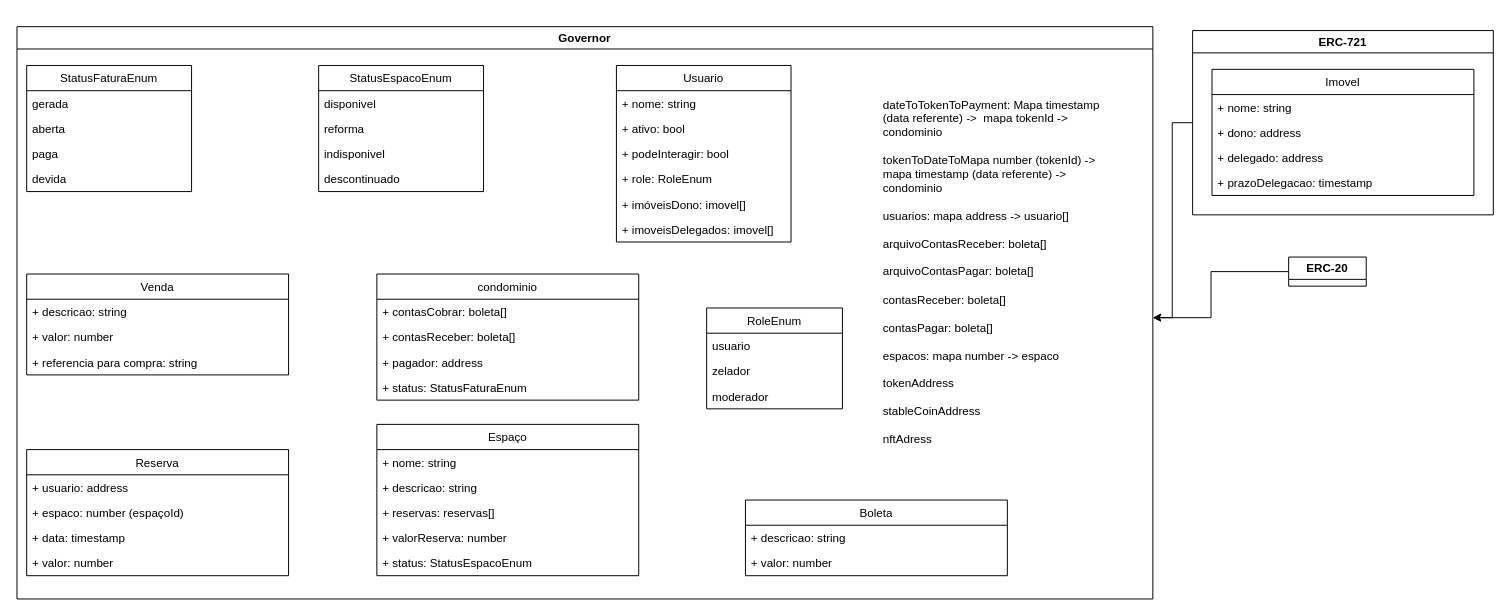
The draw.io diagram diagram-sindao.drawio in polichain/SinDAO, before the edit. Source tidied: cells renumbered, new cells numbered last; positions are measured from the earlier drawing's top-left corner, leaving out a move shared by most shapes. Both pictures are drawn from the tidied source at 97%, with x=0, y=0 at pixel (16, 26).
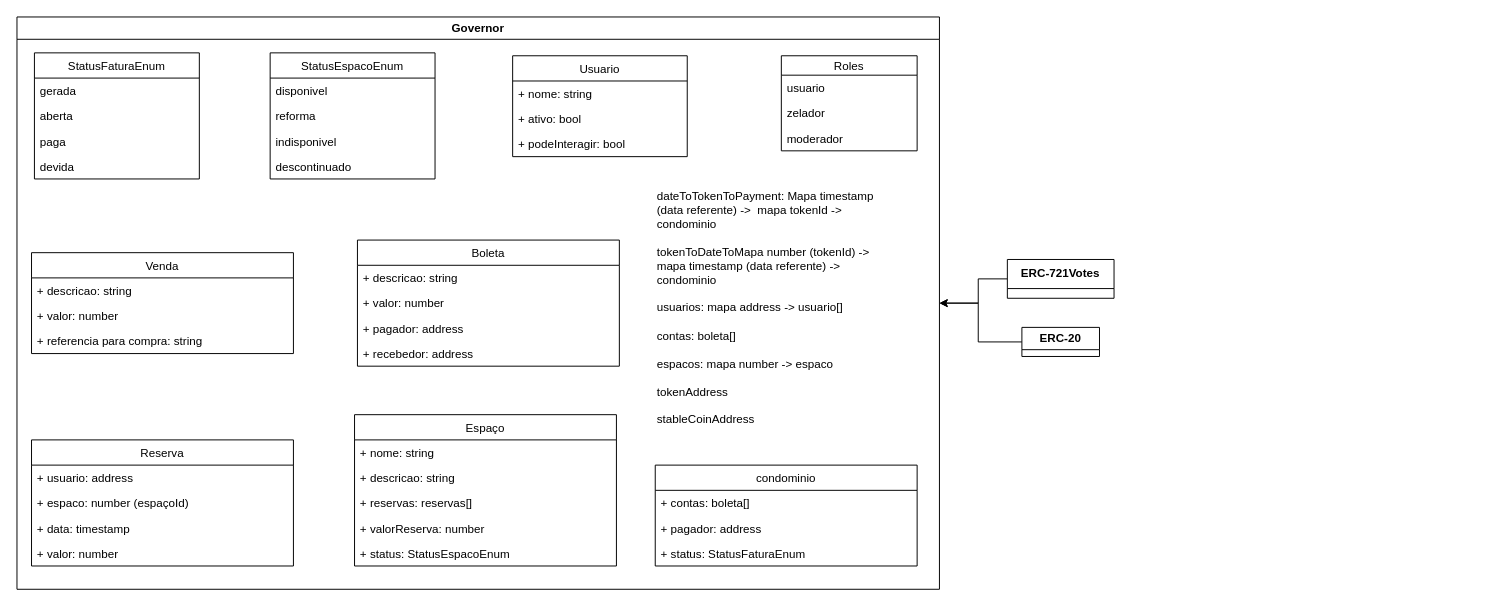
Above is the later version.

The edit, as a diff of the source:
```diff
@@
     <mxCell id="2" value="Governor" style="swimlane;whiteSpace=wrap;html=1;startSize=23;" parent="1" vertex="1">
-      <mxGeometry width="1171" height="590" as="geometry" />
+      <mxGeometry y="-10" width="951" height="590" as="geometry" />
     </mxCell>
     <mxCell id="3" value="Venda" style="swimlane;fontStyle=0;horizontal=1;startSize=26;fillColor=none;" parent="2" vertex="1">
-      <mxGeometry x="10" y="255" width="270" height="104" as="geometry" />
+      <mxGeometry x="15" y="243" width="270" height="104" as="geometry" />
     </mxCell>
-    <mxCell id="4" value="+ descricao: string" style="text;strokeColor=none;fillColor=none;align=left;verticalAlign=top;spacingLeft=4;spacingRight=4;overflow=hidden;" parent="3" vertex="1">
-      <mxGeometry y="26" width="270" height="26" as="geometry" />
-    </mxCell>
-    <mxCell id="5" value="+ valor: number" style="text;strokeColor=none;fillColor=none;align=left;verticalAlign=top;spacingLeft=4;spacingRight=4;overflow=hidden;" parent="3" vertex="1">
-      <mxGeometry y="52" width="270" height="26" as="geometry" />
-    </mxCell>
+    <mxCell id="57" value="+ descricao: string" style="text;strokeColor=none;fillColor=none;align=left;verticalAlign=top;spacingLeft=4;spacingRight=4;overflow=hidden;" parent="3" vertex="1">
+      <mxGeometry y="26" width="270" height="26" as="geometry" />
+    </mxCell>
+    <mxCell id="58" value="+ valor: number" style="text;strokeColor=none;fillColor=none;align=left;verticalAlign=top;spacingLeft=4;spacingRight=4;overflow=hidden;" parent="3" vertex="1">
+      <mxGeometry y="52" width="270" height="26" as="geometry" />
+    </mxCell>
@@
     <mxCell id="7" value="Boleta" style="swimlane;fontStyle=0;horizontal=1;startSize=26;fillColor=none;" parent="2" vertex="1">
-      <mxGeometry x="751" y="488" width="270" height="78" as="geometry" />
+      <mxGeometry x="351" y="230" width="270" height="130" as="geometry" />
     </mxCell>
-    <mxCell id="8" value="+ descricao: string" style="text;strokeColor=none;fillColor=none;align=left;verticalAlign=top;spacingLeft=4;spacingRight=4;overflow=hidden;" parent="7" vertex="1">
-      <mxGeometry y="26" width="270" height="26" as="geometry" />
-    </mxCell>
-    <mxCell id="9" value="+ valor: number" style="text;strokeColor=none;fillColor=none;align=left;verticalAlign=top;spacingLeft=4;spacingRight=4;overflow=hidden;" parent="7" vertex="1">
-      <mxGeometry y="52" width="270" height="26" as="geometry" />
-    </mxCell>
+    <mxCell id="59" value="+ descricao: string" style="text;strokeColor=none;fillColor=none;align=left;verticalAlign=top;spacingLeft=4;spacingRight=4;overflow=hidden;" parent="7" vertex="1">
+      <mxGeometry y="26" width="270" height="26" as="geometry" />
+    </mxCell>
+    <mxCell id="60" value="+ valor: number" style="text;strokeColor=none;fillColor=none;align=left;verticalAlign=top;spacingLeft=4;spacingRight=4;overflow=hidden;" parent="7" vertex="1">
+      <mxGeometry y="52" width="270" height="26" as="geometry" />
+    </mxCell>
+    <mxCell id="24" value="+ pagador: address" style="text;strokeColor=none;fillColor=none;align=left;verticalAlign=top;spacingLeft=4;spacingRight=4;overflow=hidden;" parent="7" vertex="1">
+      <mxGeometry y="78" width="270" height="26" as="geometry" />
+    </mxCell>
+    <mxCell id="61" value="+ recebedor: address" style="text;strokeColor=none;fillColor=none;align=left;verticalAlign=top;spacingLeft=4;spacingRight=4;overflow=hidden;" parent="7" vertex="1">
+      <mxGeometry y="104" width="270" height="26" as="geometry" />
+    </mxCell>
     <mxCell id="10" value="Reserva" style="swimlane;fontStyle=0;horizontal=1;startSize=26;fillColor=none;" parent="2" vertex="1">
-      <mxGeometry x="10" y="436" width="270" height="130" as="geometry" />
+      <mxGeometry x="15" y="436" width="270" height="130" as="geometry" />
     </mxCell>
@@
     <mxCell id="15" value="Espaço" style="swimlane;fontStyle=0;horizontal=1;startSize=26;fillColor=none;" parent="2" vertex="1">
-      <mxGeometry x="371" y="410" width="270" height="156" as="geometry" />
+      <mxGeometry x="348" y="410" width="270" height="156" as="geometry" />
     </mxCell>
-    <mxCell id="16" value="+ nome: string" style="text;strokeColor=none;fillColor=none;align=left;verticalAlign=top;spacingLeft=4;spacingRight=4;overflow=hidden;" parent="15" vertex="1">
-      <mxGeometry y="26" width="270" height="26" as="geometry" />
-    </mxCell>
+    <mxCell id="62" value="+ nome: string" style="text;strokeColor=none;fillColor=none;align=left;verticalAlign=top;spacingLeft=4;spacingRight=4;overflow=hidden;" parent="15" vertex="1">
+      <mxGeometry y="26" width="270" height="26" as="geometry" />
+    </mxCell>
@@
     <mxCell id="21" value="condominio" style="swimlane;fontStyle=0;horizontal=1;startSize=26;fillColor=none;" parent="2" vertex="1">
-      <mxGeometry x="371" y="255" width="270" height="130" as="geometry" />
+      <mxGeometry x="658" y="462" width="270" height="104" as="geometry" />
     </mxCell>
-    <mxCell id="22" value="+ contasCobrar: boleta[]" style="text;strokeColor=none;fillColor=none;align=left;verticalAlign=top;spacingLeft=4;spacingRight=4;overflow=hidden;" parent="21" vertex="1">
-      <mxGeometry y="26" width="270" height="26" as="geometry" />
-    </mxCell>
-    <mxCell id="23" value="+ contasReceber: boleta[]" style="text;strokeColor=none;fillColor=none;align=left;verticalAlign=top;spacingLeft=4;spacingRight=4;overflow=hidden;" parent="21" vertex="1">
-      <mxGeometry y="52" width="270" height="26" as="geometry" />
-    </mxCell>
-    <mxCell id="24" value="+ pagador: address" style="text;strokeColor=none;fillColor=none;align=left;verticalAlign=top;spacingLeft=4;spacingRight=4;overflow=hidden;" parent="21" vertex="1">
-      <mxGeometry y="78" width="270" height="26" as="geometry" />
-    </mxCell>
+    <mxCell id="63" value="+ contas: boleta[]" style="text;strokeColor=none;fillColor=none;align=left;verticalAlign=top;spacingLeft=4;spacingRight=4;overflow=hidden;" parent="21" vertex="1">
+      <mxGeometry y="26" width="270" height="26" as="geometry" />
+    </mxCell>
+    <mxCell id="64" value="+ pagador: address" style="text;strokeColor=none;fillColor=none;align=left;verticalAlign=top;spacingLeft=4;spacingRight=4;overflow=hidden;" parent="21" vertex="1">
+      <mxGeometry y="52" width="270" height="26" as="geometry" />
+    </mxCell>
     <mxCell id="25" value="+ status: StatusFaturaEnum" style="text;strokeColor=none;fillColor=none;align=left;verticalAlign=top;spacingLeft=4;spacingRight=4;overflow=hidden;" parent="21" vertex="1">
-      <mxGeometry y="104" width="270" height="26" as="geometry" />
+      <mxGeometry y="78" width="270" height="26" as="geometry" />
     </mxCell>
     <mxCell id="26" value="StatusFaturaEnum" style="swimlane;fontStyle=0;horizontal=1;startSize=26;fillColor=none;" parent="2" vertex="1">
-      <mxGeometry x="10" y="40" width="170" height="130" as="geometry" />
+      <mxGeometry x="18" y="37" width="170" height="130" as="geometry" />
     </mxCell>
@@
     <mxCell id="31" value="StatusEspacoEnum" style="swimlane;fontStyle=0;horizontal=1;startSize=26;fillColor=none;" parent="2" vertex="1">
-      <mxGeometry x="311" y="40" width="170" height="130" as="geometry" />
+      <mxGeometry x="261" y="37" width="170" height="130" as="geometry" />
     </mxCell>
@@
     <mxCell id="36" value="Usuario" style="swimlane;fontStyle=0;horizontal=1;startSize=26;fillColor=none;" parent="2" vertex="1">
-      <mxGeometry x="618" y="40" width="180" height="182" as="geometry" />
+      <mxGeometry x="511" y="40" width="180" height="104" as="geometry" />
     </mxCell>
@@
-    <mxCell id="40" value="+ role: RoleEnum&#10;" style="text;strokeColor=none;fillColor=none;align=left;verticalAlign=top;spacingLeft=4;spacingRight=4;overflow=hidden;" parent="36" vertex="1">
-      <mxGeometry y="104" width="180" height="26" as="geometry" />
-    </mxCell>
-    <mxCell id="41" value="+ imóveisDono: imovel[]" style="text;strokeColor=none;fillColor=none;align=left;verticalAlign=top;spacingLeft=4;spacingRight=4;overflow=hidden;" parent="36" vertex="1">
-      <mxGeometry y="130" width="180" height="26" as="geometry" />
-    </mxCell>
-    <mxCell id="42" value="+ imoveisDelegados: imovel[]" style="text;strokeColor=none;fillColor=none;align=left;verticalAlign=top;spacingLeft=4;spacingRight=4;overflow=hidden;" parent="36" vertex="1">
-      <mxGeometry y="156" width="180" height="26" as="geometry" />
-    </mxCell>
-    <mxCell id="43" value="RoleEnum" style="swimlane;fontStyle=0;horizontal=1;startSize=26;fillColor=none;" parent="2" vertex="1">
-      <mxGeometry x="711" y="290" width="140" height="104" as="geometry" />
-    </mxCell>
+    <mxCell id="65" value="Roles" style="swimlane;fontStyle=0;horizontal=1;startSize=20;fillColor=none;" parent="2" vertex="1">
+      <mxGeometry x="788" y="40" width="140" height="98" as="geometry" />
+    </mxCell>
-    <mxCell id="44" value="usuario" style="text;strokeColor=none;fillColor=none;align=left;verticalAlign=top;spacingLeft=4;spacingRight=4;overflow=hidden;" parent="43" vertex="1">
-      <mxGeometry y="26" width="140" height="26" as="geometry" />
+    <mxCell id="44" value="usuario" style="text;strokeColor=none;fillColor=none;align=left;verticalAlign=top;spacingLeft=4;spacingRight=4;overflow=hidden;" parent="65" vertex="1">
+      <mxGeometry y="20" width="140" height="26" as="geometry" />
     </mxCell>
-    <mxCell id="45" value="zelador" style="text;strokeColor=none;fillColor=none;align=left;verticalAlign=top;spacingLeft=4;spacingRight=4;overflow=hidden;" parent="43" vertex="1">
-      <mxGeometry y="52" width="140" height="26" as="geometry" />
+    <mxCell id="45" value="zelador" style="text;strokeColor=none;fillColor=none;align=left;verticalAlign=top;spacingLeft=4;spacingRight=4;overflow=hidden;" parent="65" vertex="1">
+      <mxGeometry y="46" width="140" height="26" as="geometry" />
     </mxCell>
-    <mxCell id="46" value="moderador" style="text;strokeColor=none;fillColor=none;align=left;verticalAlign=top;spacingLeft=4;spacingRight=4;overflow=hidden;" parent="43" vertex="1">
-      <mxGeometry y="78" width="140" height="26" as="geometry" />
+    <mxCell id="46" value="moderador" style="text;strokeColor=none;fillColor=none;align=left;verticalAlign=top;spacingLeft=4;spacingRight=4;overflow=hidden;" parent="65" vertex="1">
+      <mxGeometry y="72" width="140" height="26" as="geometry" />
     </mxCell>
-    <mxCell id="47" value="dateToTokenToPayment: Mapa timestamp (data referente) -&amp;gt;&amp;nbsp; mapa tokenId -&amp;gt; condominio&lt;br&gt;&lt;br style=&quot;border-color: var(--border-color);&quot;&gt;tokenToDateToMapa number (tokenId) -&amp;gt; mapa timestamp (data referente) -&amp;gt; condominio&lt;br&gt;&lt;br&gt;usuarios: mapa address -&amp;gt; usuario[]&lt;br&gt;&lt;br&gt;arquivoContasReceber: boleta[]&lt;br&gt;&lt;br&gt;arquivoContasPagar: boleta[]&lt;br&gt;&lt;br&gt;contasReceber: boleta[]&lt;br&gt;&lt;br&gt;contasPagar: boleta[]&lt;br&gt;&lt;br&gt;espacos: mapa number -&amp;gt; espaco&lt;br&gt;&lt;br&gt;tokenAddress&lt;br&gt;&lt;br&gt;stableCoinAddress&lt;br&gt;&lt;br style=&quot;border-color: var(--border-color);&quot;&gt;nftAdress" style="text;html=1;strokeColor=none;fillColor=none;align=left;verticalAlign=middle;whiteSpace=wrap;rounded=0;" parent="2" vertex="1">
-      <mxGeometry x="891" y="60" width="249" height="385" as="geometry" />
-    </mxCell>
-    <mxCell id="48" style="edgeStyle=orthogonalEdgeStyle;rounded=0;jettySize=auto;html=1;" parent="1" edge="1" source="49">
-      <mxGeometry relative="1" as="geometry">
-        <mxPoint x="1171" y="300" as="targetPoint" />
-        <Array as="points">
-          <mxPoint x="1191" y="99" />
-          <mxPoint x="1191" y="300" />
-        </Array>
-      </mxGeometry>
-    </mxCell>
-    <mxCell id="49" value="ERC-721" style="swimlane;whiteSpace=wrap;html=1;" parent="1" vertex="1">
-      <mxGeometry x="1212" y="4" width="310" height="190" as="geometry" />
-    </mxCell>
-    <mxCell id="50" value="Imovel" style="swimlane;fontStyle=0;horizontal=1;startSize=26;fillColor=none;" parent="49" vertex="1">
-      <mxGeometry x="20" y="40" width="270" height="130" as="geometry" />
-    </mxCell>
-    <mxCell id="51" value="+ nome: string" style="text;strokeColor=none;fillColor=none;align=left;verticalAlign=top;spacingLeft=4;spacingRight=4;overflow=hidden;" parent="50" vertex="1">
-      <mxGeometry y="26" width="270" height="26" as="geometry" />
-    </mxCell>
-    <mxCell id="52" value="+ dono: address" style="text;strokeColor=none;fillColor=none;align=left;verticalAlign=top;spacingLeft=4;spacingRight=4;overflow=hidden;" parent="50" vertex="1">
-      <mxGeometry y="52" width="270" height="26" as="geometry" />
-    </mxCell>
-    <mxCell id="53" value="+ delegado: address" style="text;strokeColor=none;fillColor=none;align=left;verticalAlign=top;spacingLeft=4;spacingRight=4;overflow=hidden;" parent="50" vertex="1">
-      <mxGeometry y="78" width="270" height="26" as="geometry" />
-    </mxCell>
-    <mxCell id="54" value="+ prazoDelegacao: timestamp" style="text;strokeColor=none;fillColor=none;align=left;verticalAlign=top;spacingLeft=4;spacingRight=4;overflow=hidden;" parent="50" vertex="1">
-      <mxGeometry y="104" width="270" height="26" as="geometry" />
-    </mxCell>
-    <mxCell id="55" style="edgeStyle=orthogonalEdgeStyle;rounded=0;jettySize=auto;html=1;" parent="1" edge="1" source="56">
-      <mxGeometry relative="1" as="geometry">
-        <mxPoint x="1171" y="300" as="targetPoint" />
-        <Array as="points">
-          <mxPoint x="1231" y="253" />
-          <mxPoint x="1231" y="300" />
-        </Array>
-      </mxGeometry>
-    </mxCell>
+    <mxCell id="66" value="dateToTokenToPayment: Mapa timestamp (data referente) -&amp;gt;&amp;nbsp; mapa tokenId -&amp;gt; condominio&lt;br&gt;&lt;br style=&quot;border-color: var(--border-color);&quot;&gt;tokenToDateToMapa number (tokenId) -&amp;gt; mapa timestamp (data referente) -&amp;gt; condominio&lt;br&gt;&lt;br&gt;usuarios: mapa address -&amp;gt; usuario[]&lt;br&gt;&lt;br&gt;contas: boleta[]&lt;br&gt;&lt;br&gt;espacos: mapa number -&amp;gt; espaco&lt;br&gt;&lt;br&gt;tokenAddress&lt;br&gt;&lt;br&gt;stableCoinAddress" style="text;html=1;strokeColor=none;fillColor=none;align=left;verticalAlign=middle;whiteSpace=wrap;rounded=0;" parent="2" vertex="1">
+      <mxGeometry x="658" y="170" width="249" height="260" as="geometry" />
+    </mxCell>
+    <mxCell id="67" style="edgeStyle=orthogonalEdgeStyle;rounded=0;jettySize=auto;html=1;entryX=1;entryY=0.5;entryDx=0;entryDy=0;" parent="1" edge="1" source="68" target="2">
+      <mxGeometry relative="1" as="geometry">
+        <Array as="points">
+          <mxPoint x="991" y="260" />
+          <mxPoint x="991" y="285" />
+        </Array>
+      </mxGeometry>
+    </mxCell>
+    <mxCell id="68" value="ERC-721Votes" style="swimlane;whiteSpace=wrap;html=1;startSize=30;" parent="1" vertex="1" collapsed="1">
+      <mxGeometry x="1021" y="240" width="110" height="40" as="geometry" />
+    </mxCell>
+    <mxCell id="69" style="edgeStyle=orthogonalEdgeStyle;rounded=0;jettySize=auto;html=1;entryX=1;entryY=0.5;entryDx=0;entryDy=0;" parent="1" edge="1" source="56" target="2">
+      <mxGeometry relative="1" as="geometry">
+        <Array as="points">
+          <mxPoint x="991" y="325" />
+          <mxPoint x="991" y="285" />
+        </Array>
+      </mxGeometry>
+    </mxCell>
     <mxCell id="56" value="ERC-20" style="swimlane;whiteSpace=wrap;html=1;" parent="1" vertex="1" collapsed="1">
-      <mxGeometry x="1311" y="237.5" width="80" height="30" as="geometry" />
+      <mxGeometry x="1036" y="310" width="80" height="30" as="geometry" />
     </mxCell>
```
